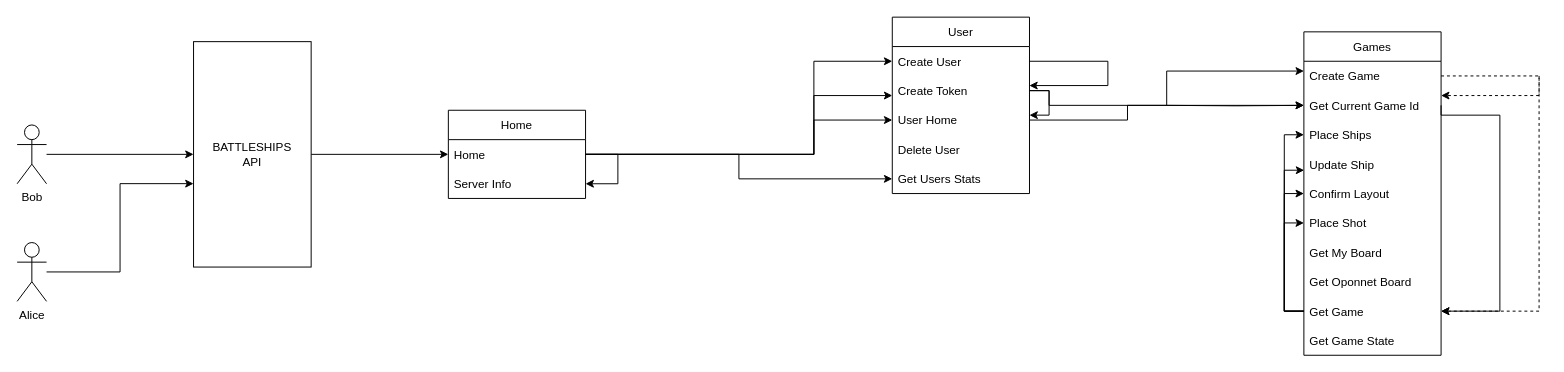
The draw.io diagram code/jvm/daw-battleship-game/src/main/sql/docs/api_navigation.drawio in MiguelRocha2001/ISEL-DAW-Battleships-Game, before the edit. Source tidied: cells renumbered, new cells numbered last; positions are measured from the earlier drawing's top-left corner, leaving out a move shared by most shapes. Both pictures are drawn from the tidied source at 98%, with x=0, y=0 at pixel (17, 17).
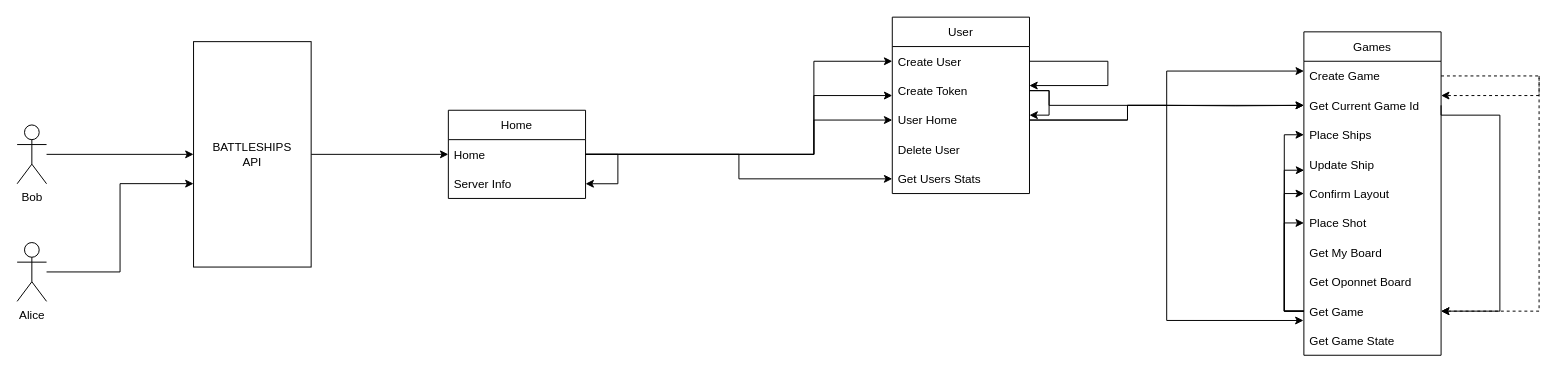
The same diagram, later.

The change refers to these unchanged cells:
```xml
<mxCell id="15" value="User Home" style="text;strokeColor=none;fillColor=none;align=left;verticalAlign=middle;spacingLeft=4;spacingRight=4;overflow=hidden;points=[[0,0.5],[1,0.5]];portConstraint=eastwest;glass=0;" parent="10" vertex="1">
  <mxGeometry y="90" width="140" height="30" as="geometry" />
</mxCell>
<mxCell id="34" value="Get Game" style="text;strokeColor=none;fillColor=none;align=left;verticalAlign=middle;spacingLeft=4;spacingRight=4;overflow=hidden;points=[[0,0.5],[1,0.5]];portConstraint=eastwest;" parent="18" vertex="1">
  <mxGeometry y="270" width="140" height="30" as="geometry" />
</mxCell>
```

Diff of the diagram source:
```diff
@@
+    <mxCell id="45" style="edgeStyle=orthogonalEdgeStyle;rounded=0;jettySize=auto;html=1;exitX=1;exitY=0.5;exitDx=0;exitDy=0;entryX=-0.003;entryY=0.818;entryDx=0;entryDy=0;entryPerimeter=0;" parent="1" edge="1" source="15" target="34">
+      <mxGeometry relative="1" as="geometry">
+        <Array as="points">
+          <mxPoint x="1133" y="105" />
+          <mxPoint x="1133" y="90" />
+          <mxPoint x="1173" y="90" />
+          <mxPoint x="1173" y="309" />
+        </Array>
+      </mxGeometry>
+    </mxCell>
```
